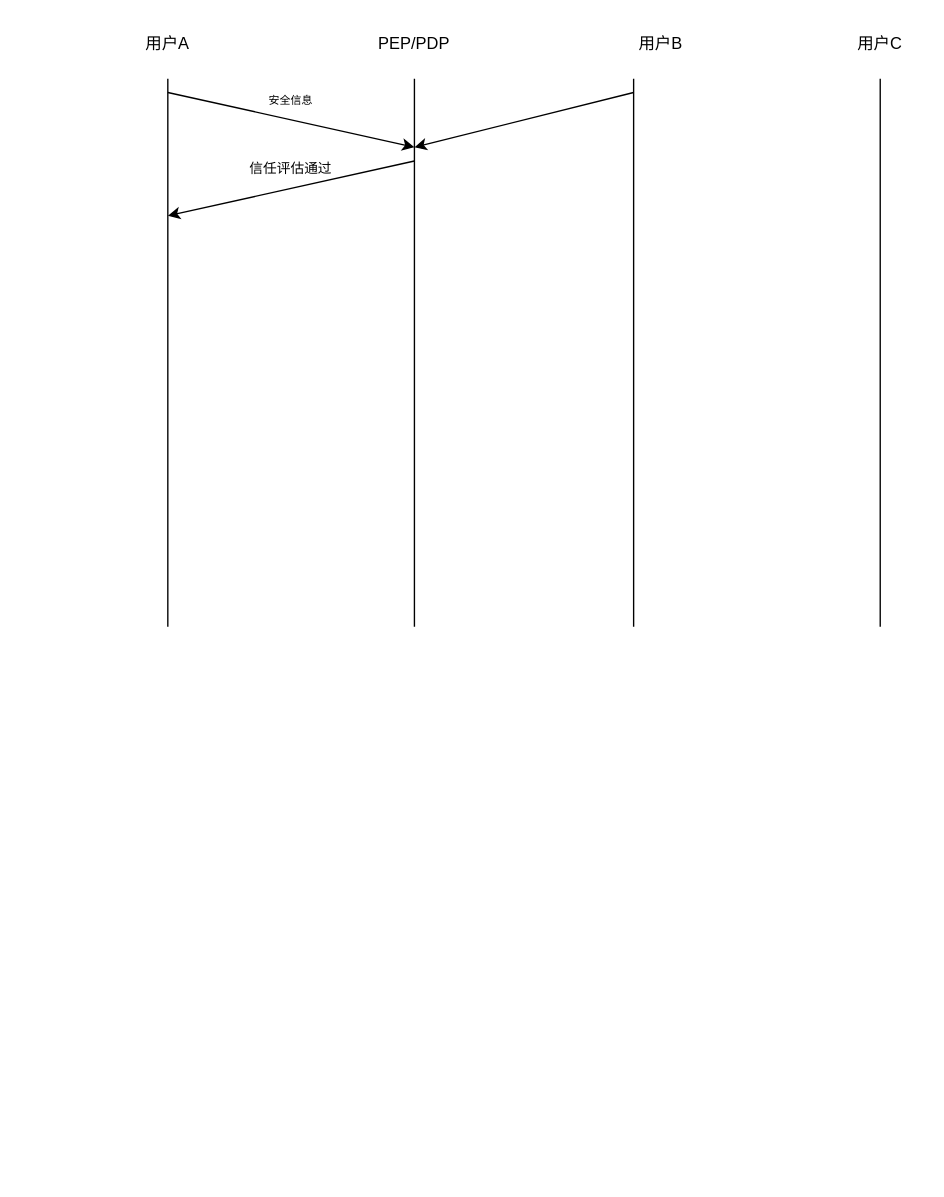
Above: 零信任安全性分析3.drawio in ZhuShouCheng/notebook (draw.io), before the change. Source tidied: cells renumbered, new cells numbered last; positions are measured from the earlier drawing's top-left corner, leaving out a move shared by most shapes. Both pictures are drawn from the tidied source at 137%, with x=0, y=0 at pixel (126, 23).
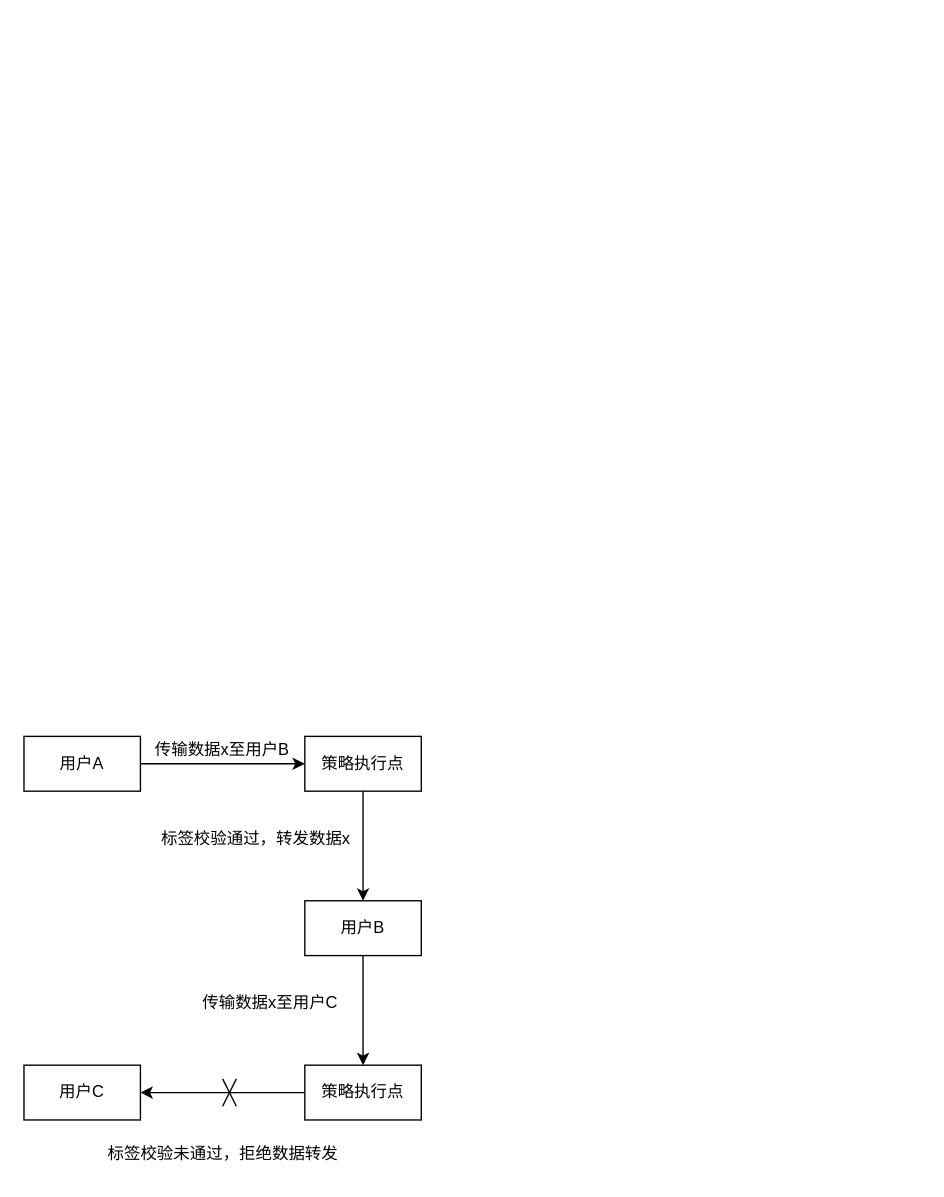
The same page after the edit.

Commit message:
更新零信任安全性分析3.drawio

What changed in the source:
```diff
@@
-    <mxCell id="2" style="endArrow=none;html=1;rounded=0;" parent="1" edge="1">
-      <mxGeometry relative="1" as="geometry">
-        <mxPoint x="30" y="440" as="sourcePoint" />
-        <mxPoint x="30" y="40" as="targetPoint" />
-      </mxGeometry>
-    </mxCell>
-    <mxCell id="3" style="endArrow=none;html=1;rounded=0;" parent="1" edge="1">
-      <mxGeometry relative="1" as="geometry">
-        <mxPoint x="210" y="440" as="sourcePoint" />
-        <mxPoint x="210" y="40" as="targetPoint" />
-      </mxGeometry>
-    </mxCell>
-    <mxCell id="4" style="endArrow=none;html=1;rounded=0;" parent="1" edge="1">
-      <mxGeometry relative="1" as="geometry">
-        <mxPoint x="370" y="440" as="sourcePoint" />
-        <mxPoint x="370" y="40" as="targetPoint" />
-      </mxGeometry>
-    </mxCell>
-    <mxCell id="5" style="endArrow=classic;html=1;rounded=0;" parent="1" edge="1">
-      <mxGeometry relative="1" as="geometry">
-        <mxPoint x="30" y="50" as="sourcePoint" />
-        <mxPoint x="210" y="90" as="targetPoint" />
-      </mxGeometry>
-    </mxCell>
-    <mxCell id="6" style="endArrow=classic;html=1;rounded=0;" parent="1" edge="1">
-      <mxGeometry relative="1" as="geometry">
-        <mxPoint x="210" y="100" as="sourcePoint" />
-        <mxPoint x="30" y="140" as="targetPoint" />
-      </mxGeometry>
-    </mxCell>
-    <mxCell id="7" value="&lt;font style=&quot;font-size: 8px;&quot;&gt;安全信息&lt;/font&gt;" style="text;html=1;strokeColor=none;fillColor=none;align=center;verticalAlign=middle;whiteSpace=wrap;rounded=0;" parent="1" vertex="1">
-      <mxGeometry x="90" y="40" width="60" height="30" as="geometry" />
-    </mxCell>
-    <mxCell id="8" value="&lt;font style=&quot;font-size: 10px;&quot;&gt;信任评估通过&lt;/font&gt;" style="text;html=1;strokeColor=none;fillColor=none;align=center;verticalAlign=middle;whiteSpace=wrap;rounded=0;" parent="1" vertex="1">
-      <mxGeometry x="80" y="90" width="80" height="30" as="geometry" />
-    </mxCell>
+    <mxCell id="15" style="edgeStyle=orthogonalEdgeStyle;rounded=0;jettySize=auto;html=1;exitX=1;exitY=0.5;exitDx=0;exitDy=0;entryX=0;entryY=0.5;entryDx=0;entryDy=0;" parent="1" edge="1" source="9" target="17">
+      <mxGeometry relative="1" as="geometry" />
+    </mxCell>
-    <mxCell id="9" value="用户A" style="text;html=1;strokeColor=none;fillColor=none;align=center;verticalAlign=middle;whiteSpace=wrap;rounded=0;" parent="1" vertex="1">
-      <mxGeometry width="60" height="30" as="geometry" />
+    <mxCell id="9" value="用户A" style="rounded=0;whiteSpace=wrap;html=1;" parent="1" vertex="1">
+      <mxGeometry x="-75" y="520" width="85" height="40" as="geometry" />
     </mxCell>
-    <mxCell id="10" value="PEP/PDP" style="text;html=1;strokeColor=none;fillColor=none;align=center;verticalAlign=middle;whiteSpace=wrap;rounded=0;" parent="1" vertex="1">
-      <mxGeometry x="180" width="60" height="30" as="geometry" />
-    </mxCell>
+    <mxCell id="16" style="edgeStyle=orthogonalEdgeStyle;rounded=0;jettySize=auto;html=1;exitX=0.5;exitY=1;exitDx=0;exitDy=0;entryX=0.5;entryY=0;entryDx=0;entryDy=0;" parent="1" edge="1" source="17" target="11">
+      <mxGeometry relative="1" as="geometry" />
+    </mxCell>
+    <mxCell id="17" value="策略执行点" style="rounded=0;whiteSpace=wrap;html=1;" parent="1" vertex="1">
+      <mxGeometry x="130" y="520" width="85" height="40" as="geometry" />
+    </mxCell>
+    <mxCell id="18" style="edgeStyle=orthogonalEdgeStyle;rounded=0;jettySize=auto;html=1;exitX=0.5;exitY=1;exitDx=0;exitDy=0;entryX=0.5;entryY=0;entryDx=0;entryDy=0;" parent="1" edge="1" source="11" target="22">
+      <mxGeometry relative="1" as="geometry" />
+    </mxCell>
-    <mxCell id="11" value="用户B" style="text;html=1;strokeColor=none;fillColor=none;align=center;verticalAlign=middle;whiteSpace=wrap;rounded=0;" parent="1" vertex="1">
-      <mxGeometry x="360" width="60" height="30" as="geometry" />
+    <mxCell id="11" value="用户B" style="rounded=0;whiteSpace=wrap;html=1;" parent="1" vertex="1">
+      <mxGeometry x="130" y="640" width="85" height="40" as="geometry" />
     </mxCell>
-    <mxCell id="12" style="endArrow=none;html=1;rounded=0;" parent="1" edge="1">
-      <mxGeometry relative="1" as="geometry">
-        <mxPoint x="550" y="440" as="sourcePoint" />
-        <mxPoint x="550" y="40" as="targetPoint" />
-      </mxGeometry>
-    </mxCell>
+    <mxCell id="19" value="传输数据x至用户B" style="text;html=1;strokeColor=none;fillColor=none;align=center;verticalAlign=middle;whiteSpace=wrap;rounded=0;" parent="1" vertex="1">
+      <mxGeometry x="10" y="515" width="120" height="30" as="geometry" />
+    </mxCell>
+    <mxCell id="20" value="标签校验通过，转发数据x" style="text;html=1;align=center;verticalAlign=middle;strokeColor=none;fillColor=none;" parent="1" vertex="1">
+      <mxGeometry x="14" y="580" width="160" height="30" as="geometry" />
+    </mxCell>
+    <mxCell id="21" style="edgeStyle=orthogonalEdgeStyle;rounded=0;jettySize=auto;html=1;exitX=0;exitY=0.5;exitDx=0;exitDy=0;entryX=1;entryY=0.5;entryDx=0;entryDy=0;" parent="1" edge="1" source="22" target="13">
+      <mxGeometry relative="1" as="geometry" />
+    </mxCell>
+    <mxCell id="22" value="策略执行点" style="rounded=0;whiteSpace=wrap;html=1;" parent="1" vertex="1">
+      <mxGeometry x="130" y="760" width="85" height="40" as="geometry" />
+    </mxCell>
-    <mxCell id="13" value="用户C" style="text;html=1;strokeColor=none;fillColor=none;align=center;verticalAlign=middle;whiteSpace=wrap;rounded=0;" parent="1" vertex="1">
-      <mxGeometry x="520" width="60" height="30" as="geometry" />
+    <mxCell id="13" value="用户C" style="rounded=0;whiteSpace=wrap;html=1;" parent="1" vertex="1">
+      <mxGeometry x="-75" y="760" width="85" height="40" as="geometry" />
     </mxCell>
-    <mxCell id="14" style="endArrow=classic;html=1;rounded=0;" parent="1" edge="1">
-      <mxGeometry relative="1" as="geometry">
-        <mxPoint x="370" y="50" as="sourcePoint" />
-        <mxPoint x="210" y="90" as="targetPoint" />
-      </mxGeometry>
-    </mxCell>
+    <mxCell id="23" value="传输数据x至用户C" style="text;html=1;strokeColor=none;fillColor=none;align=center;verticalAlign=middle;whiteSpace=wrap;rounded=0;" parent="1" vertex="1">
+      <mxGeometry x="45" y="700" width="120" height="30" as="geometry" />
+    </mxCell>
+    <mxCell id="24" value="标签校验未通过，拒绝数据转发" style="text;html=1;align=center;verticalAlign=middle;strokeColor=none;fillColor=none;" parent="1" vertex="1">
+      <mxGeometry x="-25" y="810" width="190" height="30" as="geometry" />
+    </mxCell>
+    <mxCell id="25" style="endArrow=none;html=1;rounded=0;" parent="1" edge="1">
+      <mxGeometry relative="1" as="geometry">
+        <mxPoint x="70" y="790" as="sourcePoint" />
+        <mxPoint x="80" y="770" as="targetPoint" />
+      </mxGeometry>
+    </mxCell>
+    <mxCell id="26" style="endArrow=none;html=1;rounded=0;" parent="1" edge="1">
+      <mxGeometry relative="1" as="geometry">
+        <mxPoint x="70" y="770" as="sourcePoint" />
+        <mxPoint x="80" y="790" as="targetPoint" />
+      </mxGeometry>
+    </mxCell>
```
